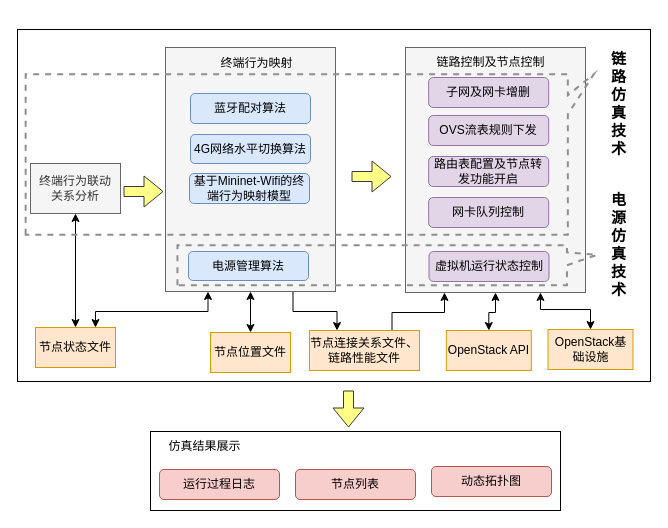
This is page "动态拓扑仿真体系架构" (11 of 13) of 网络控制技术_流程图.drawio from Icarus1994/neutron_conf, a draw.io file, before an edit. Source tidied: cells renumbered, new cells numbered last; positions are measured from the earlier drawing's top-left corner, leaving out a move shared by most shapes. Both pictures are drawn from the tidied source at 100%, with x=0, y=0 at pixel (17, -130).
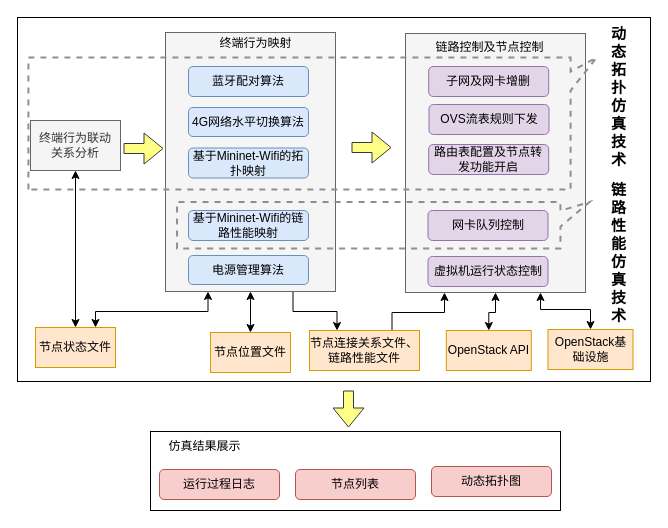
Above is the later version.

Change to the diagram source:
```diff
@@
     <mxCell id="2" style="rounded=0;whiteSpace=wrap;html=1;" parent="1" vertex="1">
-      <mxGeometry y="159" width="633" height="352" as="geometry" />
+      <mxGeometry y="147" width="633" height="364" as="geometry" />
     </mxCell>
@@
     <mxCell id="4" style="whiteSpace=wrap;html=1;fillColor=#f5f5f5;strokeColor=#666666;fontColor=#333333;" parent="1" vertex="1">
-      <mxGeometry x="388" y="177" width="180" height="245" as="geometry" />
+      <mxGeometry x="388" y="163" width="180" height="259" as="geometry" />
     </mxCell>
@@
     <mxCell id="6" style="whiteSpace=wrap;html=1;fillColor=#f5f5f5;strokeColor=#666666;fontColor=#333333;" parent="1" vertex="1">
-      <mxGeometry x="148" y="177" width="170" height="244" as="geometry" />
+      <mxGeometry x="148" y="162" width="170" height="259" as="geometry" />
     </mxCell>
@@
     <mxCell id="9" style="shape=flexArrow;endArrow=classic;html=1;fillColor=#ffff88;strokeColor=#36393d;" parent="1" edge="1">
       <mxGeometry relative="1" as="geometry">
-        <mxPoint x="334" y="306" as="sourcePoint" />
-        <mxPoint x="374" y="306" as="targetPoint" />
+        <mxPoint x="334" y="277" as="sourcePoint" />
+        <mxPoint x="374" y="277" as="targetPoint" />
       </mxGeometry>
     </mxCell>
     <mxCell id="10" value="终端行为映射" style="text;html=1;align=center;verticalAlign=middle;" parent="1" vertex="1">
-      <mxGeometry x="194" y="183" width="90" height="20" as="geometry" />
+      <mxGeometry x="193" y="163" width="90" height="20" as="geometry" />
     </mxCell>
     <mxCell id="11" value="链路控制及节点控制" style="text;html=1;align=center;verticalAlign=middle;" parent="1" vertex="1">
-      <mxGeometry x="413.5" y="183" width="118" height="18" as="geometry" />
+      <mxGeometry x="412.5" y="168" width="118" height="18" as="geometry" />
     </mxCell>
@@
     <mxCell id="13" value="终端行为联动&lt;br&gt;关系分析" style="whiteSpace=wrap;html=1;fillColor=#f5f5f5;strokeColor=#666666;fontColor=#333333;" parent="1" vertex="1">
-      <mxGeometry x="13" y="293" width="90" height="50" as="geometry" />
+      <mxGeometry x="13" y="250" width="90" height="50" as="geometry" />
     </mxCell>
@@
     <mxCell id="17" style="shape=flexArrow;endArrow=classic;html=1;fillColor=#ffff88;strokeColor=#36393d;" parent="1" edge="1">
       <mxGeometry relative="1" as="geometry">
-        <mxPoint x="106" y="321" as="sourcePoint" />
-        <mxPoint x="146" y="321" as="targetPoint" />
+        <mxPoint x="106" y="278" as="sourcePoint" />
+        <mxPoint x="146" y="278" as="targetPoint" />
       </mxGeometry>
     </mxCell>
@@
     <mxCell id="20" value="蓝牙配对算法" style="rounded=1;whiteSpace=wrap;html=1;fillColor=#dae8fc;strokeColor=#6c8ebf;" parent="1" vertex="1">
-      <mxGeometry x="173" y="223" width="120" height="30" as="geometry" />
+      <mxGeometry x="171" y="196" width="120" height="30" as="geometry" />
     </mxCell>
-    <mxCell id="21" value="基于Mininet-Wifi的终端行为映射模型" style="rounded=1;whiteSpace=wrap;html=1;fillColor=#dae8fc;strokeColor=#6c8ebf;" parent="1" vertex="1">
-      <mxGeometry x="172" y="303" width="120" height="30" as="geometry" />
+    <mxCell id="21" value="基于Mininet-Wifi的拓扑映射" style="rounded=1;whiteSpace=wrap;html=1;fillColor=#dae8fc;strokeColor=#6c8ebf;" parent="1" vertex="1">
+      <mxGeometry x="171" y="277.5" width="120" height="30" as="geometry" />
     </mxCell>
     <mxCell id="22" value="子网及网卡增删" style="rounded=1;whiteSpace=wrap;html=1;fillColor=#e1d5e7;strokeColor=#9673a6;" parent="1" vertex="1">
-      <mxGeometry x="411.2" y="207" width="120" height="30" as="geometry" />
+      <mxGeometry x="411.2" y="196" width="120" height="30" as="geometry" />
     </mxCell>
     <mxCell id="23" value="OVS流表规则下发" style="rounded=1;whiteSpace=wrap;html=1;fillColor=#e1d5e7;strokeColor=#9673a6;" parent="1" vertex="1">
-      <mxGeometry x="411.2" y="245" width="120" height="30" as="geometry" />
+      <mxGeometry x="411.5" y="234" width="120" height="30" as="geometry" />
     </mxCell>
     <mxCell id="24" value="路由表配置及节点转发功能开启" style="rounded=1;whiteSpace=wrap;html=1;fillColor=#e1d5e7;strokeColor=#9673a6;" parent="1" vertex="1">
-      <mxGeometry x="411.2" y="286" width="120" height="30" as="geometry" />
+      <mxGeometry x="411.2" y="274" width="120" height="30" as="geometry" />
     </mxCell>
@@
     <mxCell id="28" value="网卡队列控制" style="rounded=1;whiteSpace=wrap;html=1;fillColor=#e1d5e7;strokeColor=#9673a6;" parent="1" vertex="1">
-      <mxGeometry x="411.2" y="327" width="120" height="30" as="geometry" />
+      <mxGeometry x="410.5" y="340" width="120" height="30" as="geometry" />
     </mxCell>
     <mxCell id="29" value="电源管理算法" style="rounded=1;whiteSpace=wrap;html=1;fillColor=#dae8fc;strokeColor=#6c8ebf;" parent="1" vertex="1">
-      <mxGeometry x="171" y="381" width="120" height="29" as="geometry" />
+      <mxGeometry x="171" y="385" width="120" height="29" as="geometry" />
     </mxCell>
@@
     <mxCell id="34" value="虚拟机运行状态控制" style="rounded=1;whiteSpace=wrap;html=1;fillColor=#e1d5e7;strokeColor=#9673a6;" parent="1" vertex="1">
-      <mxGeometry x="411.5" y="381" width="120" height="30" as="geometry" />
+      <mxGeometry x="410.5" y="386" width="120" height="30" as="geometry" />
     </mxCell>
@@
     <mxCell id="36" value="4G网络水平切换算法" style="rounded=1;whiteSpace=wrap;html=1;fillColor=#dae8fc;strokeColor=#6c8ebf;" parent="1" vertex="1">
-      <mxGeometry x="173" y="264" width="120" height="29" as="geometry" />
+      <mxGeometry x="171" y="237" width="120" height="29" as="geometry" />
     </mxCell>
     <mxCell id="37" style="shape=callout;whiteSpace=wrap;html=1;perimeter=calloutPerimeter;dashed=1;strokeColor=#8F8F8F;strokeWidth=2;fillColor=none;position2=1;size=26;position=0.75;base=19;rotation=-90;" parent="1" vertex="1">
-      <mxGeometry x="212" y="-0.2" width="160.5" height="568.2" as="geometry" />
+      <mxGeometry x="229" y="-31" width="132" height="568.2" as="geometry" />
     </mxCell>
-    <mxCell id="38" style="shape=callout;whiteSpace=wrap;html=1;perimeter=calloutPerimeter;dashed=1;strokeColor=#8F8F8F;strokeWidth=2;fillColor=none;position2=0.76;rotation=-90;base=13;" parent="1" vertex="1">
-      <mxGeometry x="349.8" y="185" width="39.8" height="419.5" as="geometry" />
-    </mxCell>
-    <mxCell id="39" value="&lt;b style=&quot;font-size: 15px;&quot;&gt;链&lt;br style=&quot;font-size: 15px;&quot;&gt;路&lt;br style=&quot;font-size: 15px;&quot;&gt;仿&lt;br style=&quot;font-size: 15px;&quot;&gt;真&lt;br style=&quot;font-size: 15px;&quot;&gt;技&lt;br style=&quot;font-size: 15px;&quot;&gt;术&lt;/b&gt;" style="text;html=1;align=center;verticalAlign=middle;fontSize=15;" parent="1" vertex="1">
-      <mxGeometry x="588" y="177" width="25" height="112" as="geometry" />
+    <mxCell id="39" value="&lt;b style=&quot;font-size: 15px&quot;&gt;动&lt;br&gt;态&lt;br&gt;拓&lt;br&gt;扑&lt;br style=&quot;font-size: 15px&quot;&gt;仿&lt;br style=&quot;font-size: 15px&quot;&gt;真&lt;br style=&quot;font-size: 15px&quot;&gt;技&lt;br style=&quot;font-size: 15px&quot;&gt;术&lt;/b&gt;" style="text;html=1;align=center;verticalAlign=middle;fontSize=15;" parent="1" vertex="1">
+      <mxGeometry x="588" y="152" width="25" height="148" as="geometry" />
     </mxCell>
-    <mxCell id="40" value="&lt;b style=&quot;font-size: 15px;&quot;&gt;电&lt;br style=&quot;font-size: 15px;&quot;&gt;源&lt;br style=&quot;font-size: 15px;&quot;&gt;仿&lt;br style=&quot;font-size: 15px;&quot;&gt;真&lt;br style=&quot;font-size: 15px;&quot;&gt;技&lt;br style=&quot;font-size: 15px;&quot;&gt;术&lt;/b&gt;" style="text;html=1;align=center;verticalAlign=middle;fontSize=15;" parent="1" vertex="1">
-      <mxGeometry x="588" y="318" width="25" height="112" as="geometry" />
+    <mxCell id="40" value="&lt;b style=&quot;font-size: 15px&quot;&gt;链&lt;br&gt;路&lt;br&gt;性&lt;br&gt;能&lt;br&gt;仿&lt;br style=&quot;font-size: 15px&quot;&gt;真&lt;br style=&quot;font-size: 15px&quot;&gt;技&lt;br style=&quot;font-size: 15px&quot;&gt;术&lt;/b&gt;" style="text;html=1;align=center;verticalAlign=middle;fontSize=15;" parent="1" vertex="1">
+      <mxGeometry x="588" y="308" width="25" height="148" as="geometry" />
     </mxCell>
+    <mxCell id="41" style="shape=callout;whiteSpace=wrap;html=1;perimeter=calloutPerimeter;dashed=1;strokeColor=#8F8F8F;strokeWidth=2;fillColor=none;position2=1;size=29;position=0.47;base=16;rotation=-90;" parent="1" vertex="1">
+      <mxGeometry x="342.5" y="148.6" width="46.5" height="412.4" as="geometry" />
+    </mxCell>
+    <mxCell id="42" value="基于Mininet-Wifi的链路性能映射" style="rounded=1;whiteSpace=wrap;html=1;fillColor=#dae8fc;strokeColor=#6c8ebf;" parent="1" vertex="1">
+      <mxGeometry x="171" y="340" width="120" height="30" as="geometry" />
+    </mxCell>
```
